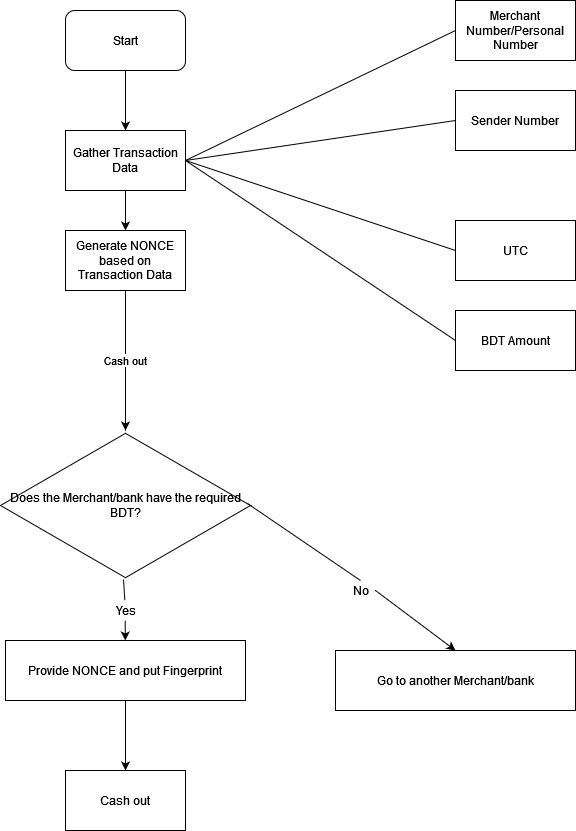
This is Untitled Diagram.drawio.png from showrav-ansary/SnowBlock, a draw.io export, as it was before one commit. Source tidied: cells renumbered, new cells last; positions are measured from the earlier drawing's top-left corner, leaving out a move shared by most shapes. Its diagram source:
```xml
<mxGraphModel>
  <root>
    <mxCell id="0" />
    <mxCell id="1" parent="0" />
    <mxCell id="2" value="Start" style="rounded=1;whiteSpace=wrap;html=1;" parent="1" vertex="1">
      <mxGeometry x="65" y="10" width="120" height="60" as="geometry" />
    </mxCell>
    <mxCell id="3" value="&lt;div&gt;Generate NONCE based on Transaction Data&lt;br&gt;&lt;/div&gt;" style="rounded=0;whiteSpace=wrap;html=1;" parent="1" vertex="1">
      <mxGeometry x="65" y="230" width="120" height="60" as="geometry" />
    </mxCell>
    <mxCell id="4" value="Merchant Number/Personal Number" style="rounded=0;whiteSpace=wrap;html=1;" parent="1" vertex="1">
      <mxGeometry x="455" width="120" height="60" as="geometry" />
    </mxCell>
    <mxCell id="5" value="Sender Number" style="rounded=0;whiteSpace=wrap;html=1;" parent="1" vertex="1">
      <mxGeometry x="455" y="90" width="120" height="60" as="geometry" />
    </mxCell>
    <mxCell id="6" value="BDT Amount" style="rounded=0;whiteSpace=wrap;html=1;" parent="1" vertex="1">
      <mxGeometry x="455" y="310" width="120" height="60" as="geometry" />
    </mxCell>
    <mxCell id="7" value="Gather Transaction Data" style="rounded=0;whiteSpace=wrap;html=1;" parent="1" vertex="1">
      <mxGeometry x="65" y="130" width="120" height="60" as="geometry" />
    </mxCell>
    <mxCell id="8" style="endArrow=none;html=1;rounded=0;exitX=1;exitY=0.5;exitDx=0;exitDy=0;entryX=0;entryY=0.5;entryDx=0;entryDy=0;" parent="1" edge="1" source="7" target="5">
      <mxGeometry relative="1" as="geometry" />
    </mxCell>
    <mxCell id="9" style="endArrow=none;html=1;rounded=0;exitX=1;exitY=0.5;exitDx=0;exitDy=0;entryX=0;entryY=0.5;entryDx=0;entryDy=0;" parent="1" edge="1" source="7" target="4">
      <mxGeometry relative="1" as="geometry" />
    </mxCell>
    <mxCell id="10" style="endArrow=none;html=1;rounded=0;exitX=1;exitY=0.5;exitDx=0;exitDy=0;entryX=0;entryY=0.5;entryDx=0;entryDy=0;" parent="1" edge="1" source="7" target="6">
      <mxGeometry relative="1" as="geometry" />
    </mxCell>
    <mxCell id="11" style="endArrow=classic;html=1;rounded=0;exitX=0.5;exitY=1;exitDx=0;exitDy=0;entryX=0.5;entryY=0;entryDx=0;entryDy=0;" parent="1" edge="1" source="2" target="7">
      <mxGeometry relative="1" as="geometry" />
    </mxCell>
    <mxCell id="12" style="endArrow=classic;html=1;rounded=0;exitX=0.5;exitY=1;exitDx=0;exitDy=0;entryX=0.5;entryY=0;entryDx=0;entryDy=0;" parent="1" edge="1" source="7" target="3">
      <mxGeometry relative="1" as="geometry" />
    </mxCell>
    <mxCell id="13" value="Does the Merchant/bank have the required BDT?" style="html=1;whiteSpace=wrap;shape=isoRectangle;" parent="1" vertex="1">
      <mxGeometry y="430" width="250" height="150" as="geometry" />
    </mxCell>
    <mxCell id="14" value="Go to another Merchant/bank" style="rounded=0;whiteSpace=wrap;html=1;" parent="1" vertex="1">
      <mxGeometry x="335" y="650" width="240" height="60" as="geometry" />
    </mxCell>
    <mxCell id="15" value="Provide NONCE and put Fingerprint" style="rounded=0;whiteSpace=wrap;html=1;" parent="1" vertex="1">
      <mxGeometry x="5" y="640" width="240" height="60" as="geometry" />
    </mxCell>
    <mxCell id="16" style="endArrow=classic;html=1;rounded=0;exitX=0.492;exitY=0.993;exitDx=0;exitDy=0;exitPerimeter=0;startArrow=none;" parent="1" edge="1" source="22" target="15">
      <mxGeometry relative="1" as="geometry" />
    </mxCell>
    <mxCell id="17" style="endArrow=classic;html=1;rounded=0;exitX=0.988;exitY=0.487;exitDx=0;exitDy=0;exitPerimeter=0;entryX=0.5;entryY=0;entryDx=0;entryDy=0;startArrow=none;" parent="1" edge="1" source="20" target="14">
      <mxGeometry relative="1" as="geometry" />
    </mxCell>
    <mxCell id="18" value="UTC" style="rounded=0;whiteSpace=wrap;html=1;" parent="1" vertex="1">
      <mxGeometry x="455" y="220" width="120" height="60" as="geometry" />
    </mxCell>
    <mxCell id="19" value="Cash out" style="rounded=0;whiteSpace=wrap;html=1;" parent="1" vertex="1">
      <mxGeometry x="65" y="770" width="120" height="60" as="geometry" />
    </mxCell>
    <mxCell id="20" value="No" style="text;html=1;align=center;verticalAlign=middle;points=[];strokeColor=none;fillColor=none;" parent="1" vertex="1">
      <mxGeometry x="345" y="580" width="30" height="20" as="geometry" />
    </mxCell>
    <mxCell id="21" style="endArrow=none;html=1;rounded=0;exitX=0.988;exitY=0.487;exitDx=0;exitDy=0;exitPerimeter=0;entryX=0.5;entryY=0;entryDx=0;entryDy=0;" parent="1" edge="1" source="13" target="20">
      <mxGeometry relative="1" as="geometry" />
    </mxCell>
    <mxCell id="22" value="Yes" style="text;html=1;align=center;verticalAlign=middle;points=[];strokeColor=none;fillColor=none;" parent="1" vertex="1">
      <mxGeometry x="105" y="600" width="40" height="20" as="geometry" />
    </mxCell>
    <mxCell id="23" style="endArrow=none;html=1;rounded=0;exitX=0.492;exitY=0.993;exitDx=0;exitDy=0;exitPerimeter=0;" parent="1" edge="1" source="13" target="22">
      <mxGeometry relative="1" as="geometry" />
    </mxCell>
    <mxCell id="24" style="endArrow=none;html=1;rounded=0;exitX=1;exitY=0.5;exitDx=0;exitDy=0;entryX=0;entryY=0.5;entryDx=0;entryDy=0;" parent="1" edge="1" source="7" target="18">
      <mxGeometry relative="1" as="geometry" />
    </mxCell>
    <mxCell id="25" style="endArrow=classic;html=1;rounded=0;exitX=0.5;exitY=1;exitDx=0;exitDy=0;entryX=0.5;entryY=0;entryDx=0;entryDy=0;" parent="1" edge="1" source="15" target="19">
      <mxGeometry relative="1" as="geometry" />
    </mxCell>
    <mxCell id="26" value="Cash out" style="endArrow=classic;html=1;rounded=0;exitX=0.5;exitY=1;exitDx=0;exitDy=0;entryX=0.5;entryY=0;entryDx=0;entryDy=0;entryPerimeter=0;" parent="1" edge="1" source="3" target="13">
      <mxGeometry relative="1" as="geometry" />
    </mxCell>
  </root>
</mxGraphModel>
```
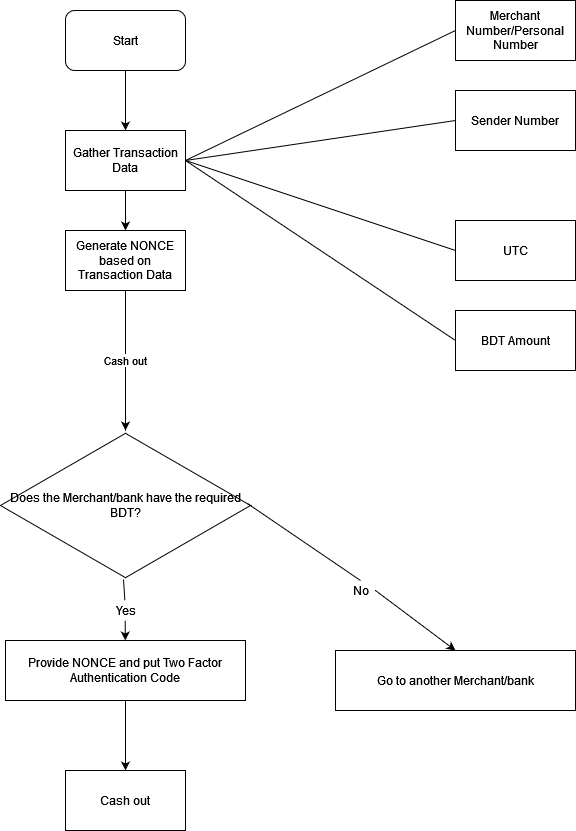
Later version of the same file.

What changed in the source:
```diff
@@ -41,7 +41,7 @@
     <mxCell id="14" value="Go to another Merchant/bank" style="rounded=0;whiteSpace=wrap;html=1;" parent="1" vertex="1">
       <mxGeometry x="335" y="650" width="240" height="60" as="geometry" />
     </mxCell>
-    <mxCell id="15" value="Provide NONCE and put Fingerprint" style="rounded=0;whiteSpace=wrap;html=1;" parent="1" vertex="1">
+    <mxCell id="15" value="Provide NONCE and put Two Factor Authentication Code" style="rounded=0;whiteSpace=wrap;html=1;" parent="1" vertex="1">
       <mxGeometry x="5" y="640" width="240" height="60" as="geometry" />
     </mxCell>
     <mxCell id="16" style="endArrow=classic;html=1;rounded=0;exitX=0.492;exitY=0.993;exitDx=0;exitDy=0;exitPerimeter=0;startArrow=none;" parent="1" edge="1" source="22" target="15">
```
